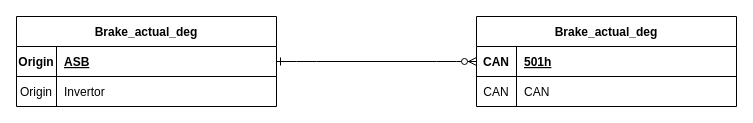
Before: VCUFlowchart.drawio in swpinkerton/UGR-ASSI-function-for-Vehicle-control-unit-with-tests, a draw.io diagram. Source tidied: cells renumbered, new cells numbered last; positions are measured from the earlier drawing's top-left corner, leaving out a move shared by most shapes. Both pictures are drawn from the tidied source at 100%, with x=0, y=0 at pixel (16, 16).
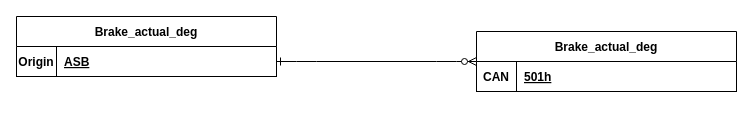
After the change.

Change to the diagram source:
```diff
@@
 <mxGraphModel>
   <root>
     <mxCell id="0" />
     <mxCell id="1" parent="0" />
     <mxCell id="2" style="edgeStyle=entityRelationEdgeStyle;endArrow=ERzeroToMany;startArrow=ERone;endFill=1;startFill=0;entryX=0;entryY=0.5;entryDx=0;entryDy=0;" parent="1" edge="1" source="4" target="10">
       <mxGeometry relative="1" as="geometry" />
     </mxCell>
     <mxCell id="3" value="Brake_actual_deg" style="shape=table;startSize=30;childLayout=tableLayout;rowLines=0;fontStyle=1;align=center;" parent="1" vertex="1">
-      <mxGeometry width="260" height="90" as="geometry" />
+      <mxGeometry width="260" height="60" as="geometry" />
     </mxCell>
     <mxCell id="4" style="shape=partialRectangle;fillColor=none;points=[[0,0.5],[1,0.5]];portConstraint=eastwest;top=0;left=0;right=0;bottom=1;" parent="3" vertex="1">
       <mxGeometry y="30" width="260" height="30" as="geometry" />
     </mxCell>
     <mxCell id="5" value="Origin" style="shape=partialRectangle;overflow=hidden;fillColor=none;top=0;left=0;bottom=0;right=0;fontStyle=1;" parent="4" vertex="1">
       <mxGeometry width="40" height="30" as="geometry" />
     </mxCell>
     <mxCell id="6" value="ASB" style="shape=partialRectangle;overflow=hidden;fillColor=none;top=0;left=0;bottom=0;right=0;align=left;spacingLeft=6;fontStyle=5;" parent="4" vertex="1">
       <mxGeometry x="40" width="220" height="30" as="geometry" />
     </mxCell>
-    <mxCell id="7" style="shape=partialRectangle;fillColor=none;top=0;left=0;right=0;bottom=0;" parent="3" vertex="1">
-      <mxGeometry y="60" width="260" height="30" as="geometry" />
-    </mxCell>
-    <mxCell id="8" value="Origin" style="shape=partialRectangle;overflow=hidden;fillColor=none;top=0;left=0;bottom=0;right=0;" parent="7" vertex="1">
-      <mxGeometry width="40" height="30" as="geometry" />
-    </mxCell>
-    <mxCell id="9" value="Invertor" style="shape=partialRectangle;overflow=hidden;fillColor=none;top=0;left=0;bottom=0;right=0;align=left;spacingLeft=6;" parent="7" vertex="1">
-      <mxGeometry x="40" width="220" height="30" as="geometry" />
-    </mxCell>
     <mxCell id="10" value="Brake_actual_deg" style="shape=table;startSize=30;childLayout=tableLayout;rowLines=0;fontStyle=1;align=center;" parent="1" vertex="1">
-      <mxGeometry x="460" width="260" height="90" as="geometry" />
+      <mxGeometry x="460" y="15" width="260" height="60" as="geometry" />
     </mxCell>
     <mxCell id="11" style="shape=partialRectangle;fillColor=none;top=0;left=0;right=0;bottom=1;" parent="10" vertex="1">
       <mxGeometry y="30" width="260" height="30" as="geometry" />
     </mxCell>
     <mxCell id="12" value="CAN" style="shape=partialRectangle;overflow=hidden;fillColor=none;top=0;left=0;bottom=0;right=0;fontStyle=1;" parent="11" vertex="1">
       <mxGeometry width="40" height="30" as="geometry" />
     </mxCell>
     <mxCell id="13" value="501h" style="shape=partialRectangle;overflow=hidden;fillColor=none;top=0;left=0;bottom=0;right=0;align=left;spacingLeft=6;fontStyle=5;" parent="11" vertex="1">
       <mxGeometry x="40" width="220" height="30" as="geometry" />
     </mxCell>
-    <mxCell id="14" style="shape=partialRectangle;fillColor=none;top=0;left=0;right=0;bottom=0;" parent="10" vertex="1">
-      <mxGeometry y="60" width="260" height="30" as="geometry" />
-    </mxCell>
-    <mxCell id="15" value="CAN" style="shape=partialRectangle;overflow=hidden;fillColor=none;top=0;left=0;bottom=0;right=0;" parent="14" vertex="1">
-      <mxGeometry width="40" height="30" as="geometry" />
-    </mxCell>
-    <mxCell id="16" value="CAN" style="shape=partialRectangle;overflow=hidden;fillColor=none;top=0;left=0;bottom=0;right=0;align=left;spacingLeft=6;" parent="14" vertex="1">
-      <mxGeometry x="40" width="220" height="30" as="geometry" />
-    </mxCell>
   </root>
 </mxGraphModel>
```
